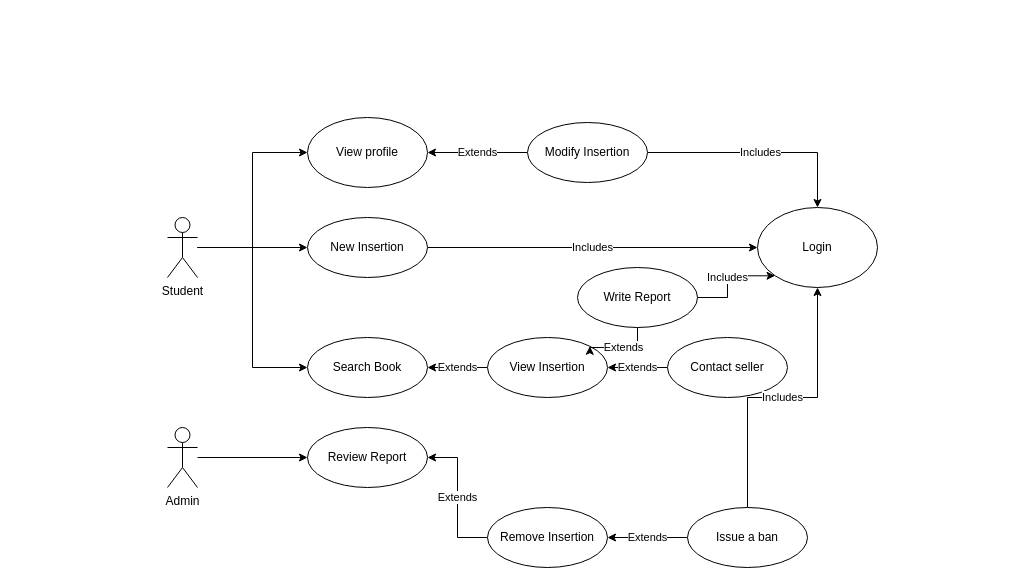
This is Use_Cases_diagram.drawio from davideleoni997/ScambioUniversitario, a draw.io file, before an edit. Source tidied: cells renumbered, new cells numbered last; positions are measured from the earlier drawing's top-left corner, leaving out a move shared by most shapes. Both pictures are drawn from the tidied source at 100%, with x=0, y=0 at pixel (167, 117).
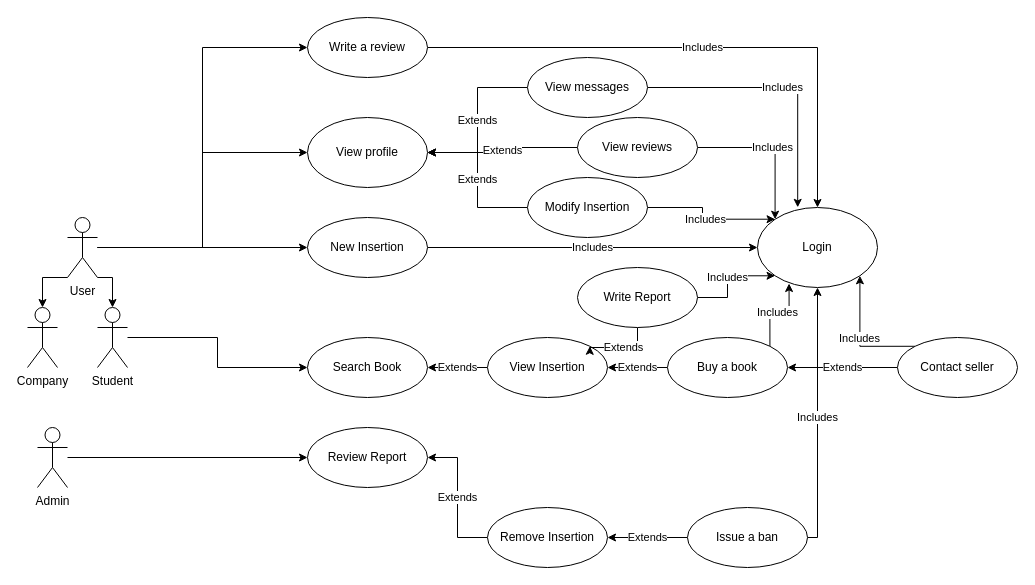
After the change.

Commit message:
-- Extended use case diagram

Unchanged cells that the change refers to:
```xml
<mxCell id="14" value="Login" style="ellipse;whiteSpace=wrap;html=1;rounded=0;" parent="1" vertex="1">
  <mxGeometry x="590" y="90" width="120" height="80" as="geometry" />
</mxCell>
<mxCell id="15" value="View profile" style="ellipse;whiteSpace=wrap;html=1;rounded=0;" parent="1" vertex="1">
  <mxGeometry x="140" width="120" height="70" as="geometry" />
</mxCell>
<mxCell id="16" value="Search Book" style="ellipse;whiteSpace=wrap;html=1;fontFamily=Helvetica;fontSize=12;fontColor=#000000;align=center;strokeColor=#000000;fillColor=#ffffff;" parent="1" vertex="1">
  <mxGeometry x="140" y="220" width="120" height="60" as="geometry" />
</mxCell>
<mxCell id="23" value="Issue a ban" style="ellipse;whiteSpace=wrap;html=1;fontFamily=Helvetica;fontSize=12;fontColor=#000000;align=center;strokeColor=#000000;fillColor=#ffffff;" parent="1" vertex="1">
  <mxGeometry x="520" y="390" width="120" height="60" as="geometry" />
</mxCell>
```

The edit, as a diff of the source:
```diff
@@
-    <mxCell id="4" style="edgeStyle=orthogonalEdgeStyle;rounded=0;jettySize=auto;html=1;entryX=0;entryY=0.5;entryDx=0;entryDy=0;" parent="1" edge="1" source="5" target="16">
-      <mxGeometry relative="1" as="geometry" />
-    </mxCell>
+    <mxCell id="29" style="edgeStyle=orthogonalEdgeStyle;rounded=0;jettySize=auto;html=1;exitX=1;exitY=1;exitDx=0;exitDy=0;exitPerimeter=0;entryX=0.5;entryY=0;entryDx=0;entryDy=0;entryPerimeter=0;" parent="1" edge="1" source="5" target="34">
+      <mxGeometry relative="1" as="geometry" />
+    </mxCell>
+    <mxCell id="30" style="edgeStyle=orthogonalEdgeStyle;rounded=0;jettySize=auto;html=1;exitX=0;exitY=1;exitDx=0;exitDy=0;exitPerimeter=0;entryX=0.5;entryY=0;entryDx=0;entryDy=0;entryPerimeter=0;" parent="1" edge="1" source="5" target="35">
+      <mxGeometry relative="1" as="geometry" />
+    </mxCell>
+    <mxCell id="31" style="edgeStyle=orthogonalEdgeStyle;rounded=0;jettySize=auto;html=1;entryX=0;entryY=0.5;entryDx=0;entryDy=0;" parent="1" edge="1" source="5" target="40">
+      <mxGeometry relative="1" as="geometry" />
+    </mxCell>
-    <mxCell id="5" value="Student" style="shape=umlActor;verticalLabelPosition=bottom;labelBackgroundColor=#ffffff;verticalAlign=top;html=1;outlineConnect=0;" parent="1" vertex="1">
-      <mxGeometry y="100" width="30" height="60" as="geometry" />
+    <mxCell id="5" value="User" style="shape=umlActor;verticalLabelPosition=bottom;labelBackgroundColor=#ffffff;verticalAlign=top;html=1;outlineConnect=0;" parent="1" vertex="1">
+      <mxGeometry x="-100" y="100" width="30" height="60" as="geometry" />
     </mxCell>
@@
     <mxCell id="7" value="Admin" style="shape=umlActor;verticalLabelPosition=bottom;labelBackgroundColor=#ffffff;verticalAlign=top;html=1;outlineConnect=0;" parent="1" vertex="1">
-      <mxGeometry y="310" width="30" height="60" as="geometry" />
+      <mxGeometry x="-130" y="310" width="30" height="60" as="geometry" />
     </mxCell>
@@
-    <mxCell id="12" value="Includes" style="edgeStyle=orthogonalEdgeStyle;rounded=0;jettySize=auto;html=1;" parent="1" edge="1" source="13" target="14">
+    <mxCell id="12" value="Includes" style="edgeStyle=orthogonalEdgeStyle;rounded=0;jettySize=auto;html=1;entryX=0;entryY=0;entryDx=0;entryDy=0;" parent="1" edge="1" source="13" target="14">
       <mxGeometry relative="1" as="geometry" />
     </mxCell>
     <mxCell id="13" value="Modify Insertion" style="ellipse;whiteSpace=wrap;html=1;fontFamily=Helvetica;fontSize=12;fontColor=#000000;align=center;strokeColor=#000000;fillColor=#ffffff;" parent="1" vertex="1">
-      <mxGeometry x="360" y="5" width="120" height="60" as="geometry" />
+      <mxGeometry x="360" y="60" width="120" height="60" as="geometry" />
     </mxCell>
@@
+    <mxCell id="32" value="Includes" style="edgeStyle=orthogonalEdgeStyle;rounded=0;jettySize=auto;html=1;exitX=1;exitY=0;exitDx=0;exitDy=0;entryX=0.263;entryY=0.95;entryDx=0;entryDy=0;entryPerimeter=0;" parent="1" edge="1" source="20" target="14">
+      <mxGeometry relative="1" as="geometry" />
+    </mxCell>
-    <mxCell id="20" value="Contact seller" style="ellipse;whiteSpace=wrap;html=1;fontFamily=Helvetica;fontSize=12;fontColor=#000000;align=center;strokeColor=#000000;fillColor=#ffffff;" parent="1" vertex="1">
+    <mxCell id="20" value="Buy a book" style="ellipse;whiteSpace=wrap;html=1;fontFamily=Helvetica;fontSize=12;fontColor=#000000;align=center;strokeColor=#000000;fillColor=#ffffff;" parent="1" vertex="1">
       <mxGeometry x="500" y="220" width="120" height="60" as="geometry" />
     </mxCell>
@@
     <mxCell id="22" value="Includes" style="edgeStyle=orthogonalEdgeStyle;rounded=0;jettySize=auto;html=1;entryX=0.5;entryY=1;entryDx=0;entryDy=0;" parent="1" edge="1" source="23" target="14">
-      <mxGeometry relative="1" as="geometry" />
+      <mxGeometry relative="1" as="geometry">
+        <Array as="points">
+          <mxPoint x="650" y="420" />
+        </Array>
+      </mxGeometry>
     </mxCell>
@@
+    <mxCell id="33" style="edgeStyle=orthogonalEdgeStyle;rounded=0;jettySize=auto;html=1;entryX=0;entryY=0.5;entryDx=0;entryDy=0;" parent="1" edge="1" source="34" target="16">
+      <mxGeometry relative="1" as="geometry" />
+    </mxCell>
+    <mxCell id="34" value="Student" style="shape=umlActor;verticalLabelPosition=bottom;labelBackgroundColor=#ffffff;verticalAlign=top;html=1;" parent="1" vertex="1">
+      <mxGeometry x="-70" y="190" width="30" height="60" as="geometry" />
+    </mxCell>
+    <mxCell id="35" value="Company" style="shape=umlActor;verticalLabelPosition=bottom;labelBackgroundColor=#ffffff;verticalAlign=top;html=1;" parent="1" vertex="1">
+      <mxGeometry x="-140" y="190" width="30" height="60" as="geometry" />
+    </mxCell>
+    <mxCell id="36" value="Extends" style="edgeStyle=orthogonalEdgeStyle;rounded=0;jettySize=auto;html=1;exitX=0;exitY=0.5;exitDx=0;exitDy=0;entryX=1;entryY=0.5;entryDx=0;entryDy=0;" parent="1" edge="1" source="38" target="20">
+      <mxGeometry relative="1" as="geometry" />
+    </mxCell>
+    <mxCell id="37" value="Includes" style="edgeStyle=orthogonalEdgeStyle;rounded=0;jettySize=auto;html=1;exitX=0;exitY=0;exitDx=0;exitDy=0;entryX=1;entryY=1;entryDx=0;entryDy=0;" parent="1" edge="1" source="38" target="14">
+      <mxGeometry relative="1" as="geometry" />
+    </mxCell>
+    <mxCell id="38" value="Contact seller" style="ellipse;whiteSpace=wrap;html=1;fontFamily=Helvetica;fontSize=12;fontColor=#000000;align=center;strokeColor=#000000;fillColor=#ffffff;" parent="1" vertex="1">
+      <mxGeometry x="730" y="220" width="120" height="60" as="geometry" />
+    </mxCell>
+    <mxCell id="39" value="Includes" style="edgeStyle=orthogonalEdgeStyle;rounded=0;jettySize=auto;html=1;entryX=0.5;entryY=0;entryDx=0;entryDy=0;" parent="1" edge="1" source="40" target="14">
+      <mxGeometry relative="1" as="geometry" />
+    </mxCell>
+    <mxCell id="40" value="Write a review" style="ellipse;whiteSpace=wrap;html=1;fontFamily=Helvetica;fontSize=12;fontColor=#000000;align=center;strokeColor=#000000;fillColor=#ffffff;" parent="1" vertex="1">
+      <mxGeometry x="140" y="-100" width="120" height="60" as="geometry" />
+    </mxCell>
+    <mxCell id="41" value="Extends" style="edgeStyle=orthogonalEdgeStyle;rounded=0;jettySize=auto;html=1;entryX=1;entryY=0.5;entryDx=0;entryDy=0;" parent="1" edge="1" source="43" target="15">
+      <mxGeometry relative="1" as="geometry" />
+    </mxCell>
+    <mxCell id="42" value="Includes" style="edgeStyle=orthogonalEdgeStyle;rounded=0;jettySize=auto;html=1;entryX=0;entryY=0;entryDx=0;entryDy=0;" parent="1" edge="1" source="43" target="14">
+      <mxGeometry relative="1" as="geometry" />
+    </mxCell>
+    <mxCell id="43" value="View reviews" style="ellipse;whiteSpace=wrap;html=1;fontFamily=Helvetica;fontSize=12;fontColor=#000000;align=center;strokeColor=#000000;fillColor=#ffffff;" parent="1" vertex="1">
+      <mxGeometry x="410" width="120" height="60" as="geometry" />
+    </mxCell>
+    <mxCell id="44" value="Extends" style="edgeStyle=orthogonalEdgeStyle;rounded=0;jettySize=auto;html=1;" parent="1" edge="1" source="46" target="15">
+      <mxGeometry relative="1" as="geometry" />
+    </mxCell>
+    <mxCell id="45" value="Includes" style="edgeStyle=orthogonalEdgeStyle;rounded=0;jettySize=auto;html=1;entryX=0.335;entryY=-0.002;entryDx=0;entryDy=0;entryPerimeter=0;" parent="1" edge="1" source="46" target="14">
+      <mxGeometry relative="1" as="geometry" />
+    </mxCell>
+    <mxCell id="46" value="View messages" style="ellipse;whiteSpace=wrap;html=1;fontFamily=Helvetica;fontSize=12;fontColor=#000000;align=center;strokeColor=#000000;fillColor=#ffffff;" parent="1" vertex="1">
+      <mxGeometry x="360" y="-60" width="120" height="60" as="geometry" />
+    </mxCell>
```
